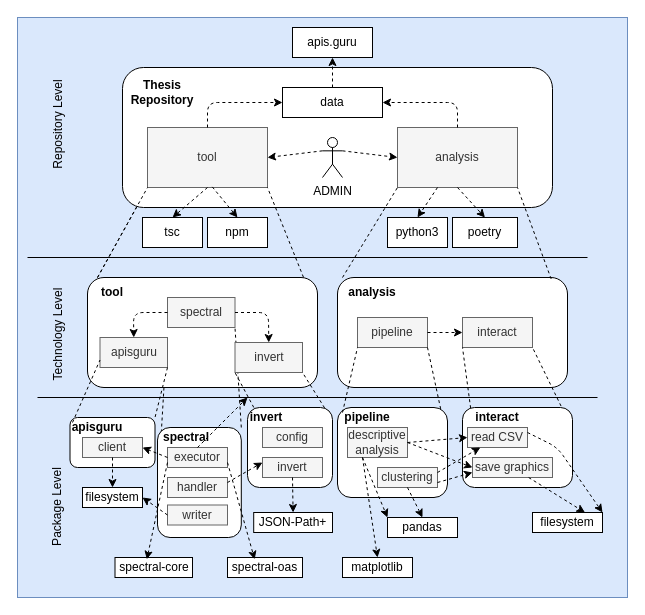
Before: requirements/diagram/buildingblockview.drawio in paulbrenker/thesis, a draw.io diagram. Source tidied: cells renumbered, new cells numbered last; positions are measured from the earlier drawing's top-left corner, leaving out a move shared by most shapes. Both pictures are drawn from the tidied source at 100%, with x=0, y=0 at pixel (-1, 17).
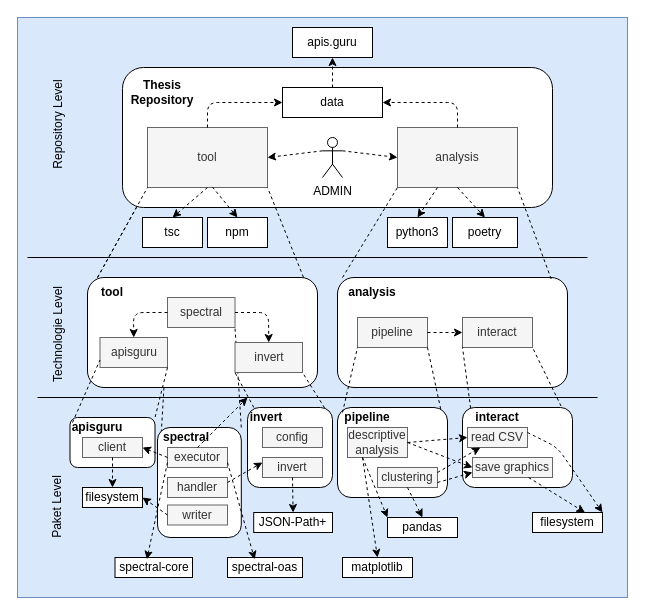
The same page after the edit.

Commit message (it also covers changes not shown here):
change language to german in diagrams

Change to the diagram source:
```diff
@@
-    <mxCell id="7" value="Technology Level" style="text;html=1;strokeColor=none;fillColor=none;align=center;verticalAlign=middle;whiteSpace=wrap;rounded=0;rotation=270;" parent="1" vertex="1">
+    <mxCell id="7" value="Technologie Level" style="text;html=1;strokeColor=none;fillColor=none;align=center;verticalAlign=middle;whiteSpace=wrap;rounded=0;rotation=270;" parent="1" vertex="1">
       <mxGeometry x="0.5" y="300" width="115" height="35" as="geometry" />
     </mxCell>
@@
-    <mxCell id="9" value="Package Level" style="text;html=1;strokeColor=none;fillColor=none;align=center;verticalAlign=middle;whiteSpace=wrap;rounded=0;rotation=270;" parent="1" vertex="1">
+    <mxCell id="9" value="Paket Level" style="text;html=1;strokeColor=none;fillColor=none;align=center;verticalAlign=middle;whiteSpace=wrap;rounded=0;rotation=270;" parent="1" vertex="1">
       <mxGeometry x="0.5" y="472.5" width="115" height="35" as="geometry" />
     </mxCell>
```
